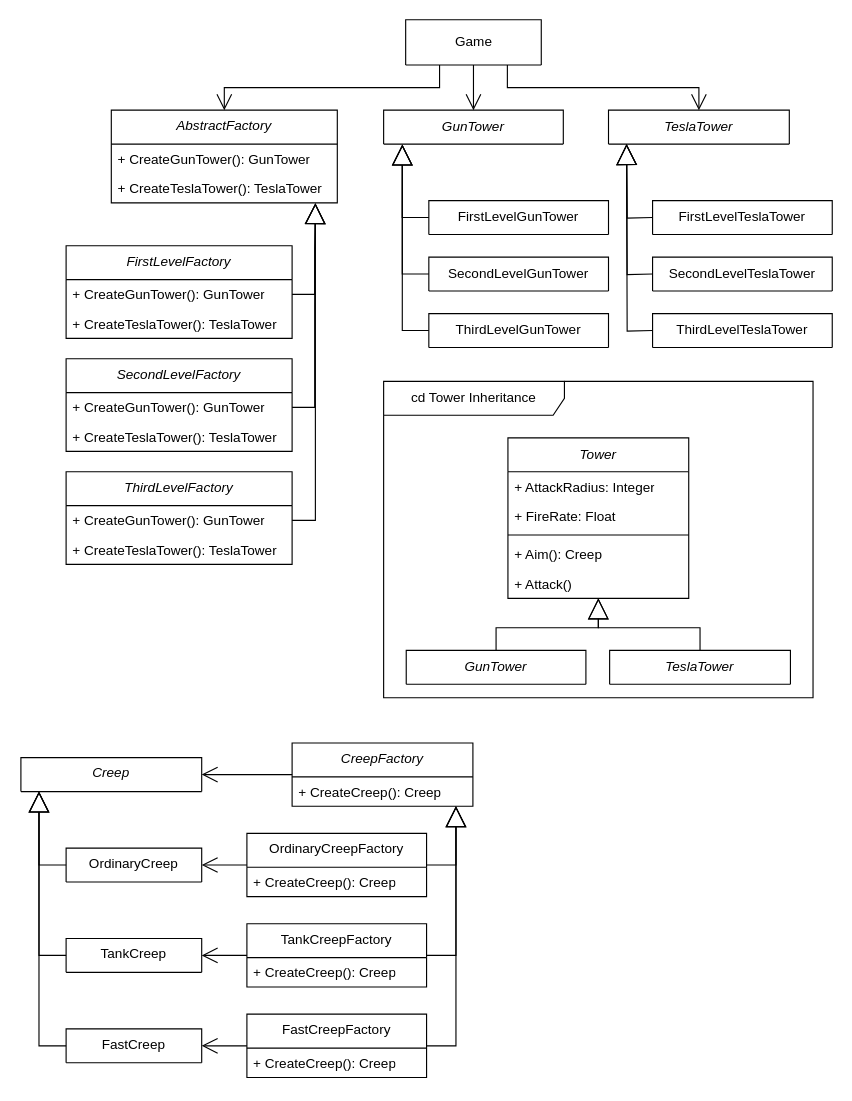
seanslinder/OOAD-2 keeps this draw.io diagram as lab01/OOAD-2_Lab-1.drawio. Above is the earlier version. Source tidied: cells renumbered, new cells numbered last; positions are measured from the earlier drawing's top-left corner, leaving out a move shared by most shapes. Both pictures are drawn from the tidied source at 113%, with x=0, y=0 at pixel (20, 19).
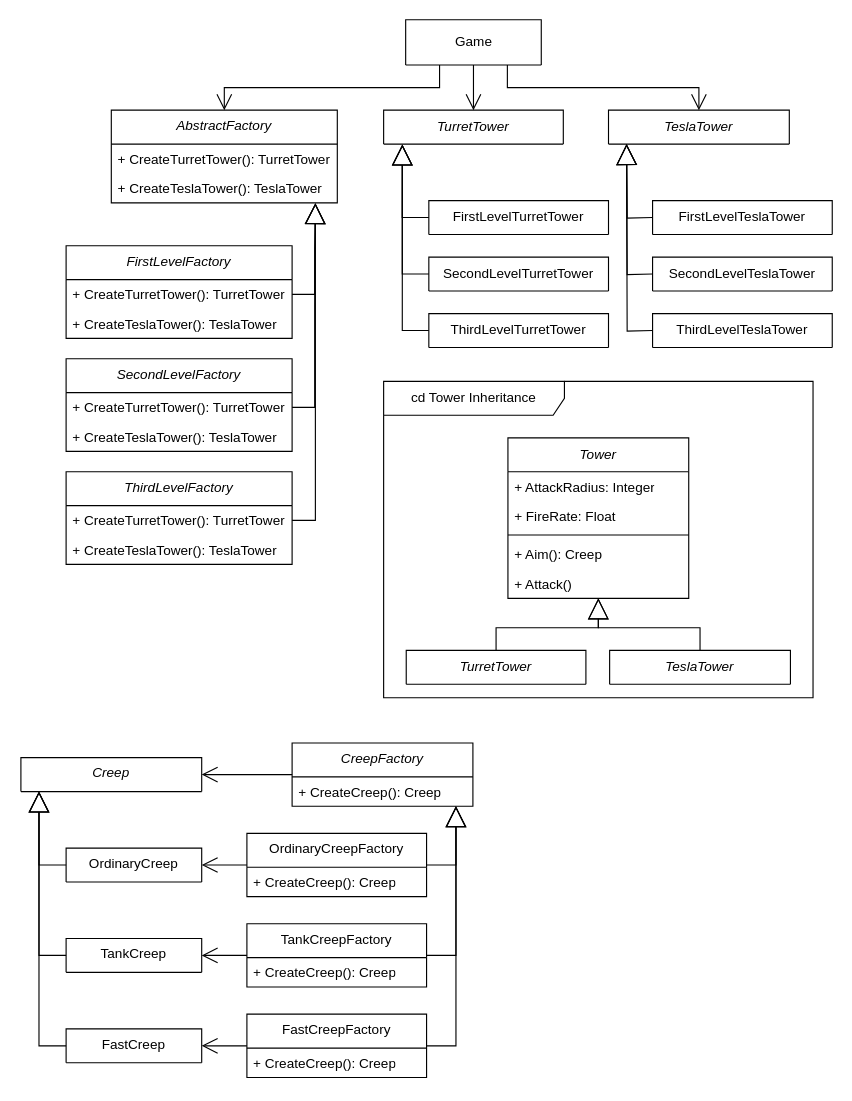
After the change.

Unchanged cells that the change refers to:
```xml
<mxCell id="3" value="&lt;span style=&quot;font-weight: normal;&quot;&gt;&lt;i&gt;AbstractFactory&lt;/i&gt;&lt;/span&gt;" style="swimlane;fontStyle=1;align=center;verticalAlign=top;horizontal=1;startSize=30;whiteSpace=wrap;html=1;" parent="1" vertex="1">
  <mxGeometry x="80" y="80" width="200" height="82" as="geometry" />
</mxCell>
<mxCell id="23" value="&lt;span style=&quot;font-weight: normal;&quot;&gt;&lt;i&gt;FirstLevelFactory&lt;/i&gt;&lt;/span&gt;" style="swimlane;fontStyle=1;align=center;verticalAlign=top;horizontal=1;startSize=30;whiteSpace=wrap;html=1;" parent="1" vertex="1">
  <mxGeometry x="40" y="200" width="200" height="82" as="geometry" />
</mxCell>
<mxCell id="26" value="&lt;span style=&quot;font-weight: normal;&quot;&gt;&lt;i&gt;SecondLevelFactory&lt;/i&gt;&lt;/span&gt;" style="swimlane;fontStyle=1;align=center;verticalAlign=top;horizontal=1;startSize=30;whiteSpace=wrap;html=1;" parent="1" vertex="1">
  <mxGeometry x="40" y="300" width="200" height="82" as="geometry" />
</mxCell>
<mxCell id="31" value="&lt;span style=&quot;font-weight: normal;&quot;&gt;&lt;i&gt;ThirdLevelFactory&lt;/i&gt;&lt;/span&gt;" style="swimlane;fontStyle=1;align=center;verticalAlign=top;horizontal=1;startSize=30;whiteSpace=wrap;html=1;" parent="1" vertex="1">
  <mxGeometry x="40" y="400" width="200" height="82" as="geometry" />
</mxCell>
```

Diff of the diagram source:
```diff
@@
-    <mxCell id="4" value="+ CreateGunTower(): GunTower" style="text;strokeColor=none;fillColor=none;align=left;verticalAlign=top;spacingLeft=4;spacingRight=4;overflow=hidden;whiteSpace=wrap;html=1;" parent="3" vertex="1">
+    <mxCell id="4" value="+ CreateTurretTower(): TurretTower" style="text;strokeColor=none;fillColor=none;align=left;verticalAlign=top;spacingLeft=4;spacingRight=4;overflow=hidden;whiteSpace=wrap;html=1;" parent="3" vertex="1">
       <mxGeometry y="30" width="200" height="26" as="geometry" />
     </mxCell>
@@
-    <mxCell id="6" value="&lt;i&gt;GunTower&lt;/i&gt;" style="swimlane;fontStyle=0;horizontal=1;startSize=40;fillColor=none;whiteSpace=wrap;html=1;" parent="1" vertex="1">
+    <mxCell id="6" value="&lt;i&gt;TurretTower&lt;/i&gt;" style="swimlane;fontStyle=0;horizontal=1;startSize=40;fillColor=none;whiteSpace=wrap;html=1;" parent="1" vertex="1">
       <mxGeometry x="321" y="80" width="159" height="30" as="geometry" />
     </mxCell>
@@
-    <mxCell id="8" value="&lt;span&gt;FirstLevelGunTower&lt;/span&gt;" style="swimlane;fontStyle=0;horizontal=1;startSize=30;fillColor=none;whiteSpace=wrap;html=1;" parent="1" vertex="1">
+    <mxCell id="8" value="&lt;span&gt;FirstLevelTurretTower&lt;/span&gt;" style="swimlane;fontStyle=0;horizontal=1;startSize=30;fillColor=none;whiteSpace=wrap;html=1;" parent="1" vertex="1">
       <mxGeometry x="361" y="160" width="159" height="30" as="geometry" />
     </mxCell>
-    <mxCell id="9" value="&lt;span&gt;SecondLevelGunTower&lt;/span&gt;" style="swimlane;fontStyle=0;horizontal=1;startSize=40;fillColor=none;whiteSpace=wrap;html=1;" parent="1" vertex="1">
+    <mxCell id="9" value="&lt;span&gt;SecondLevelTurretTower&lt;/span&gt;" style="swimlane;fontStyle=0;horizontal=1;startSize=40;fillColor=none;whiteSpace=wrap;html=1;" parent="1" vertex="1">
       <mxGeometry x="361" y="210" width="159" height="30" as="geometry" />
     </mxCell>
-    <mxCell id="10" value="&lt;span&gt;ThirdLevelGunTower&lt;/span&gt;" style="swimlane;fontStyle=0;horizontal=1;startSize=40;fillColor=none;whiteSpace=wrap;html=1;" parent="1" vertex="1">
+    <mxCell id="10" value="&lt;span&gt;ThirdLevelTurretTower&lt;/span&gt;" style="swimlane;fontStyle=0;horizontal=1;startSize=40;fillColor=none;whiteSpace=wrap;html=1;" parent="1" vertex="1">
       <mxGeometry x="361" y="260" width="159" height="30" as="geometry" />
     </mxCell>
@@
-    <mxCell id="24" value="+ CreateGunTower(): GunTower" style="text;strokeColor=none;fillColor=none;align=left;verticalAlign=top;spacingLeft=4;spacingRight=4;overflow=hidden;whiteSpace=wrap;html=1;" parent="23" vertex="1">
+    <mxCell id="24" value="+ CreateTurretTower(): TurretTower" style="text;strokeColor=none;fillColor=none;align=left;verticalAlign=top;spacingLeft=4;spacingRight=4;overflow=hidden;whiteSpace=wrap;html=1;" parent="23" vertex="1">
       <mxGeometry y="30" width="200" height="26" as="geometry" />
     </mxCell>
@@
-    <mxCell id="27" value="+ CreateGunTower(): GunTower" style="text;strokeColor=none;fillColor=none;align=left;verticalAlign=top;spacingLeft=4;spacingRight=4;overflow=hidden;whiteSpace=wrap;html=1;" parent="26" vertex="1">
+    <mxCell id="27" value="+ CreateTurretTower(): TurretTower" style="text;strokeColor=none;fillColor=none;align=left;verticalAlign=top;spacingLeft=4;spacingRight=4;overflow=hidden;whiteSpace=wrap;html=1;" parent="26" vertex="1">
       <mxGeometry y="30" width="200" height="26" as="geometry" />
     </mxCell>
@@
-    <mxCell id="32" value="+ CreateGunTower(): GunTower" style="text;strokeColor=none;fillColor=none;align=left;verticalAlign=top;spacingLeft=4;spacingRight=4;overflow=hidden;whiteSpace=wrap;html=1;" parent="31" vertex="1">
+    <mxCell id="32" value="+ CreateTurretTower(): TurretTower" style="text;strokeColor=none;fillColor=none;align=left;verticalAlign=top;spacingLeft=4;spacingRight=4;overflow=hidden;whiteSpace=wrap;html=1;" parent="31" vertex="1">
       <mxGeometry y="30" width="200" height="26" as="geometry" />
     </mxCell>
@@
-    <mxCell id="43" value="&lt;i&gt;GunTower&lt;/i&gt;" style="swimlane;fontStyle=0;horizontal=1;startSize=40;fillColor=none;whiteSpace=wrap;html=1;" parent="1" vertex="1">
+    <mxCell id="43" value="&lt;i&gt;TurretTower&lt;/i&gt;" style="swimlane;fontStyle=0;horizontal=1;startSize=40;fillColor=none;whiteSpace=wrap;html=1;" parent="1" vertex="1">
       <mxGeometry x="341" y="558" width="159" height="30" as="geometry" />
     </mxCell>
```
